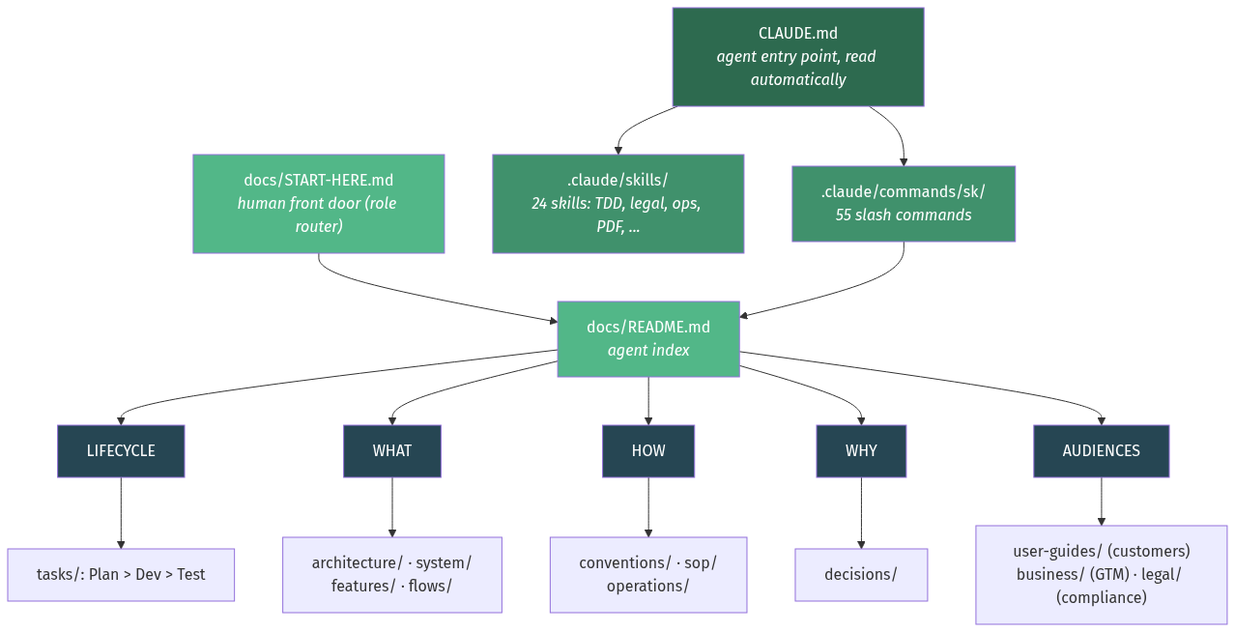
This is assets/how-it-works.png from moniav/sk, a Mermaid export, as it was before one commit. Its source is kept beside it as assets/src/how-it-works.mmd.
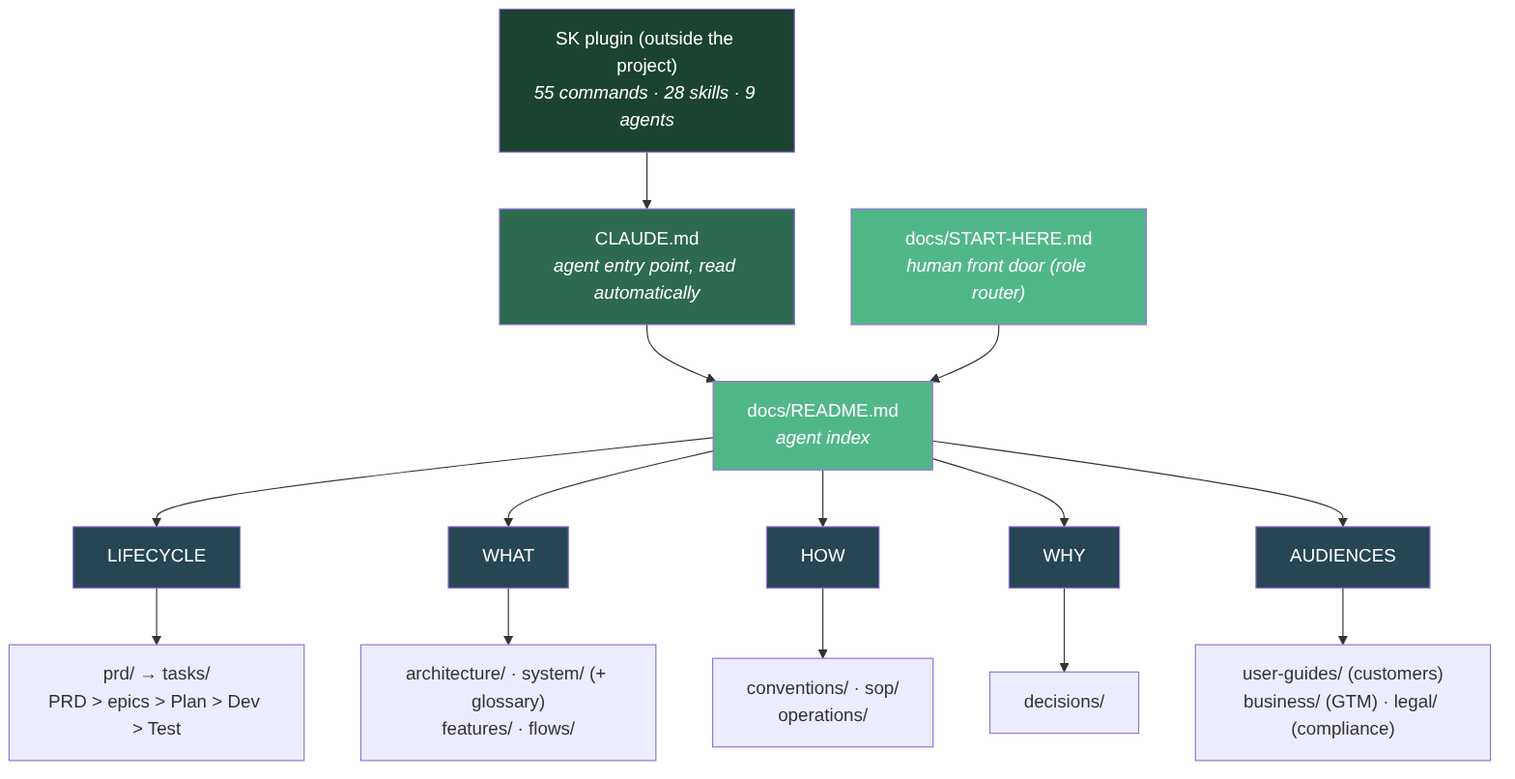
After the change.

Commit message:
docs(readme): rewrite the opening for 3.0; What You Get shows plugin cache vs project

What changed in the source:
```diff
@@ -1,8 +1,8 @@
 graph TD
-    A["CLAUDE.md<br/><i>agent entry point, read automatically</i>"] --> B[".claude/commands/sk/<br/><i>55 slash commands</i>"]
-    A --> B2[".claude/skills/<br/><i>24 skills: TDD, legal, ops, PDF, ...</i>"]
+    P["SK plugin (outside the project)<br/><i>55 commands · 28 skills · 9 agents</i>"] --> A
+    A["CLAUDE.md<br/><i>agent entry point, read automatically</i>"] --> C
     SH["docs/START-HERE.md<br/><i>human front door (role router)</i>"] --> C
-    B --> C["docs/README.md<br/><i>agent index</i>"]
+    C["docs/README.md<br/><i>agent index</i>"]
 
     C --> D["LIFECYCLE"]
     C --> E["WHAT"]
@@ -10,15 +10,14 @@
     C --> F["WHY"]
     C --> H["AUDIENCES"]
 
-    D --> D1["tasks/: Plan > Dev > Test"]
-    E --> E1["architecture/ · system/<br/>features/ · flows/"]
+    D --> D1["prd/ → tasks/<br/>PRD > epics > Plan > Dev > Test"]
+    E --> E1["architecture/ · system/ (+ glossary)<br/>features/ · flows/"]
     G --> G1["conventions/ · sop/<br/>operations/"]
     F --> F1["decisions/"]
     H --> H1["user-guides/ (customers)<br/>business/ (GTM) · legal/ (compliance)"]
 
+    style P fill:#1b4332,color:#fff
     style A fill:#2d6a4f,color:#fff
-    style B fill:#40916c,color:#fff
-    style B2 fill:#40916c,color:#fff
     style SH fill:#52b788,color:#fff
     style C fill:#52b788,color:#fff
     style D fill:#264653,color:#fff
```
